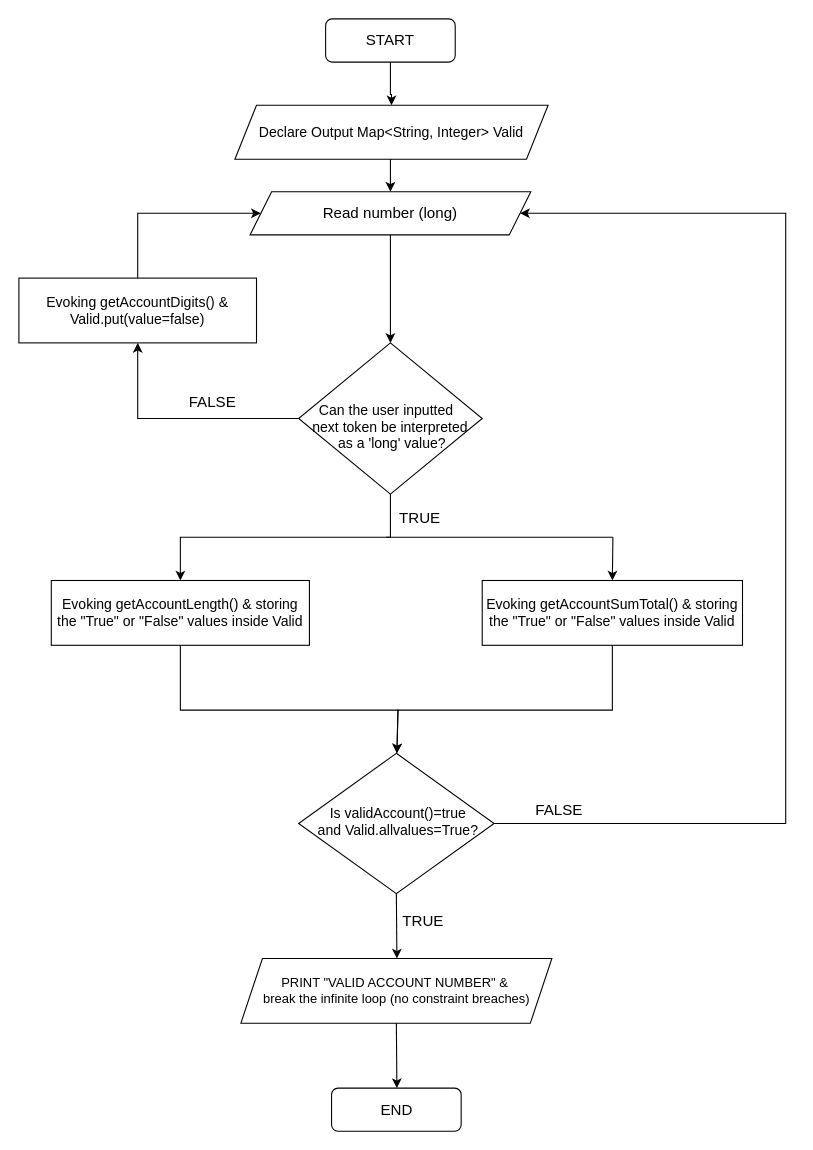
Before: UpGrad.drawio in Sayak-77/draw.io, a draw.io diagram. Source tidied: cells renumbered, new cells numbered last; positions are measured from the earlier drawing's top-left corner, leaving out a move shared by most shapes. Both pictures are drawn from the tidied source at 108%, with x=0, y=0 at pixel (18, 18).
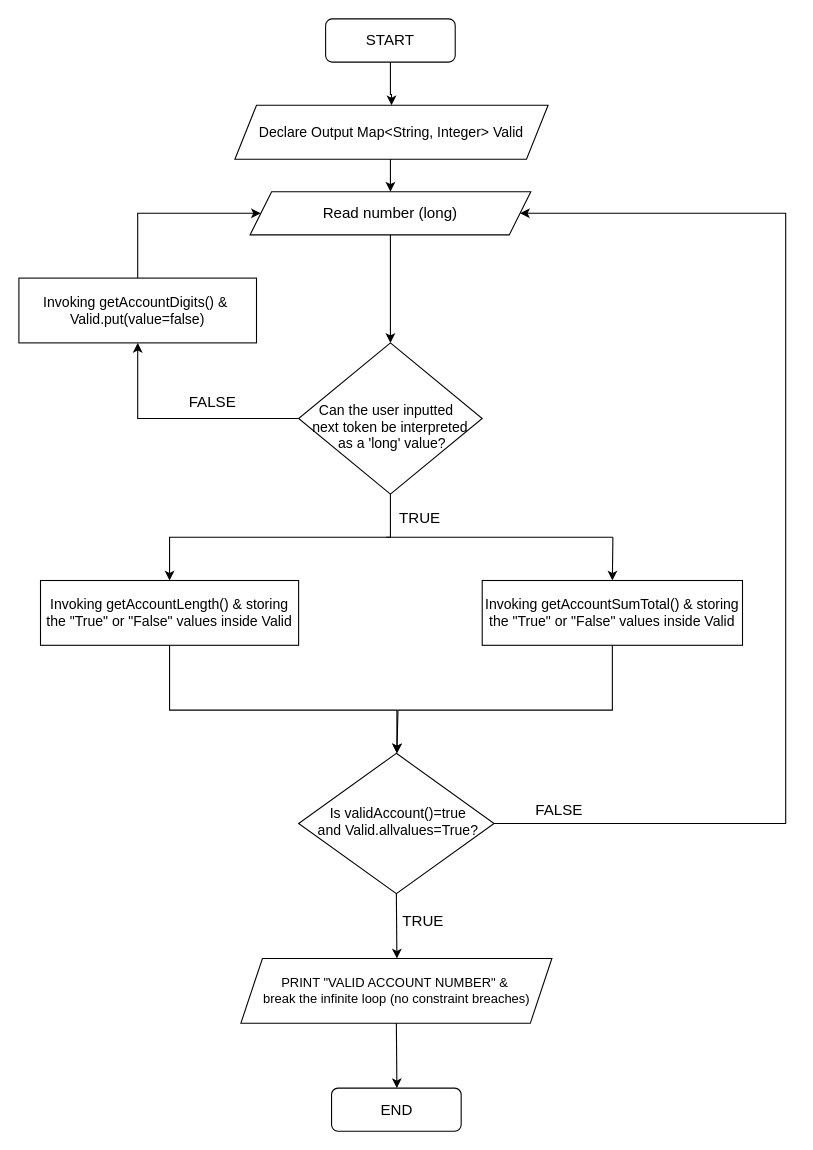
The same diagram, later.

Commit message:
Technical Assignment

Diff of the diagram source:
```diff
@@
-    <mxCell id="13" value="Evoking getAccountDigits() &amp;amp; Valid.put(value=false)" style="rounded=0;whiteSpace=wrap;html=1;fontSize=13;" parent="1" vertex="1">
+    <mxCell id="13" value="Invoking getAccountDigits() &amp;amp;&amp;nbsp;&lt;div&gt;Valid.put(value=false)&lt;/div&gt;" style="rounded=0;whiteSpace=wrap;html=1;fontSize=13;" parent="1" vertex="1">
       <mxGeometry y="240" width="220" height="60" as="geometry" />
     </mxCell>
@@
-    <mxCell id="20" value="Evoking getAccountSumTotal() &amp;amp; storing the &quot;True&quot; or &quot;False&quot; values inside Valid" style="rounded=0;whiteSpace=wrap;html=1;fontSize=13;" parent="1" vertex="1">
+    <mxCell id="20" value="Invoking getAccountSumTotal() &amp;amp; storing the &quot;True&quot; or &quot;False&quot; values inside Valid" style="rounded=0;whiteSpace=wrap;html=1;fontSize=13;" parent="1" vertex="1">
       <mxGeometry x="429" y="520" width="241" height="60" as="geometry" />
     </mxCell>
@@
-    <mxCell id="22" value="Evoking getAccountLength() &amp;amp; storing the &quot;True&quot; or &quot;False&quot; values inside Valid" style="rounded=0;whiteSpace=wrap;html=1;fontSize=13;" parent="1" vertex="1">
-      <mxGeometry x="30" y="520" width="239" height="60" as="geometry" />
+    <mxCell id="22" value="Invoking getAccountLength() &amp;amp; storing the &quot;True&quot; or &quot;False&quot; values inside Valid" style="rounded=0;whiteSpace=wrap;html=1;fontSize=13;" parent="1" vertex="1">
+      <mxGeometry x="20" y="520" width="239" height="60" as="geometry" />
     </mxCell>
```
